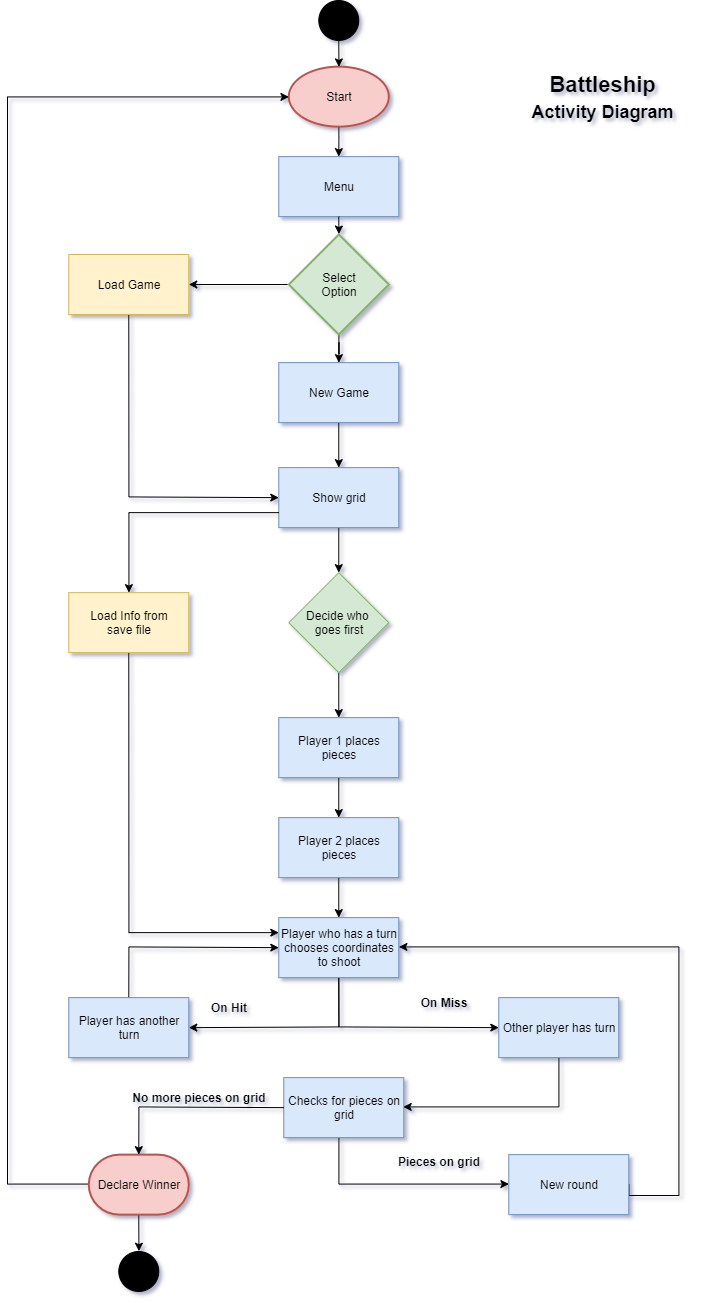
Before: ui/Flowchart/Battleship.png, a diagram exported from draw.io (guilhermemmeirelles/Battleship). Source tidied: cells renumbered, new cells last; positions are measured from the earlier drawing's top-left corner, leaving out a move shared by most shapes.
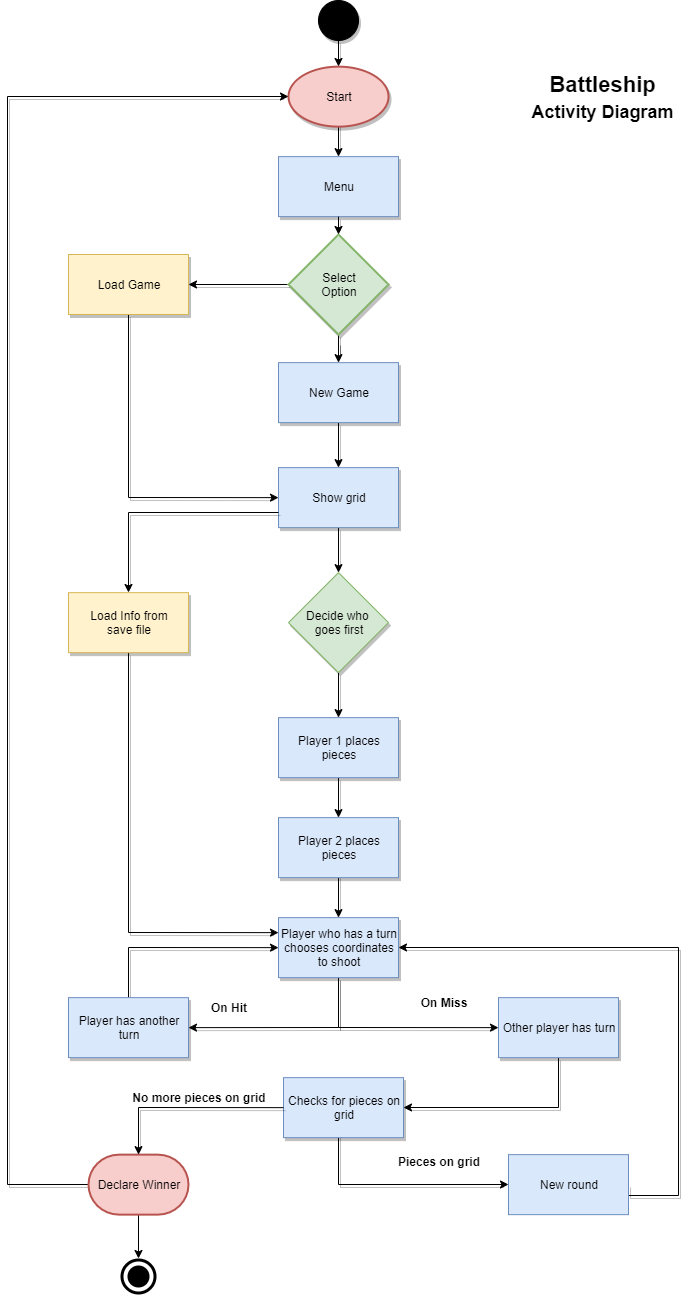
After the commit.

Commit message:
Changed final state in flowchart bc of UML norms

Diff of the diagram source:
```diff
@@ -1,113 +1,116 @@
-<mxGraphModel shadow="1">
+<mxGraphModel>
   <root>
     <mxCell id="0" />
     <mxCell id="1" parent="0" />
+    <mxCell id="45" style="ellipse;shape=doubleEllipse;whiteSpace=wrap;html=1;fillColor=#000000;strokeColor=#FFFFFF;fontColor=#ffffff;perimeterSpacing=0;strokeWidth=4;shadow=0;" parent="1" vertex="1">
+      <mxGeometry x="111.3" y="1256" width="40" height="40" as="geometry" />
+    </mxCell>
-    <mxCell id="2" style="edgeStyle=orthogonalEdgeStyle;rounded=0;jettySize=auto;html=1;exitX=0.5;exitY=1;exitDx=0;exitDy=0;entryX=0.5;entryY=0;entryDx=0;entryDy=0;" parent="1" edge="1" target="3">
+    <mxCell id="2" style="edgeStyle=orthogonalEdgeStyle;rounded=0;jettySize=auto;html=1;exitX=0.5;exitY=1;exitDx=0;exitDy=0;entryX=0.5;entryY=0;entryDx=0;entryDy=0;shadow=1;" parent="1" edge="1" target="3">
       <mxGeometry relative="1" as="geometry">
         <mxPoint x="331.3" y="116.1" as="sourcePoint" />
       </mxGeometry>
     </mxCell>
-    <mxCell id="3" value="Menu" style="rounded=0;whiteSpace=wrap;html=1;fillColor=#dae8fc;strokeColor=#6c8ebf;" parent="1" vertex="1">
+    <mxCell id="3" value="Menu" style="rounded=0;whiteSpace=wrap;html=1;fillColor=#dae8fc;strokeColor=#6c8ebf;shadow=1;" parent="1" vertex="1">
       <mxGeometry x="271.3" y="156.1" width="120" height="60" as="geometry" />
     </mxCell>
-    <mxCell id="4" style="edgeStyle=orthogonalEdgeStyle;rounded=0;jettySize=auto;html=1;exitX=0.5;exitY=1;exitDx=0;exitDy=0;entryX=0;entryY=0.5;entryDx=0;entryDy=0;" parent="1" edge="1" source="5" target="9">
+    <mxCell id="4" style="edgeStyle=orthogonalEdgeStyle;rounded=0;jettySize=auto;html=1;exitX=0.5;exitY=1;exitDx=0;exitDy=0;entryX=0;entryY=0.5;entryDx=0;entryDy=0;shadow=1;" parent="1" edge="1" source="5" target="9">
       <mxGeometry relative="1" as="geometry" />
     </mxCell>
-    <mxCell id="5" value="Load Game" style="rounded=0;whiteSpace=wrap;html=1;fillColor=#fff2cc;strokeColor=#d6b656;" parent="1" vertex="1">
+    <mxCell id="5" value="Load Game" style="rounded=0;whiteSpace=wrap;html=1;fillColor=#fff2cc;strokeColor=#d6b656;shadow=1;" parent="1" vertex="1">
       <mxGeometry x="61.3" y="254" width="120" height="60" as="geometry" />
     </mxCell>
-    <mxCell id="6" style="edgeStyle=orthogonalEdgeStyle;rounded=0;jettySize=auto;html=1;" parent="1" edge="1" source="7" target="9">
+    <mxCell id="6" style="edgeStyle=orthogonalEdgeStyle;rounded=0;jettySize=auto;html=1;shadow=1;" parent="1" edge="1" source="7" target="9">
       <mxGeometry relative="1" as="geometry" />
     </mxCell>
-    <mxCell id="7" value="New Game" style="rounded=0;whiteSpace=wrap;html=1;fillColor=#dae8fc;strokeColor=#6c8ebf;" parent="1" vertex="1">
+    <mxCell id="7" value="New Game" style="rounded=0;whiteSpace=wrap;html=1;fillColor=#dae8fc;strokeColor=#6c8ebf;shadow=1;" parent="1" vertex="1">
       <mxGeometry x="271.3" y="362.1" width="120" height="60" as="geometry" />
     </mxCell>
-    <mxCell id="8" style="edgeStyle=orthogonalEdgeStyle;rounded=0;jettySize=auto;html=1;" parent="1" edge="1" source="9" target="20">
+    <mxCell id="8" style="edgeStyle=orthogonalEdgeStyle;rounded=0;jettySize=auto;html=1;shadow=1;" parent="1" edge="1" source="9" target="20">
       <mxGeometry relative="1" as="geometry" />
     </mxCell>
-    <mxCell id="9" value="Show grid" style="rounded=0;whiteSpace=wrap;html=1;fillColor=#dae8fc;strokeColor=#6c8ebf;" parent="1" vertex="1">
+    <mxCell id="9" value="Show grid" style="rounded=0;whiteSpace=wrap;html=1;fillColor=#dae8fc;strokeColor=#6c8ebf;shadow=1;" parent="1" vertex="1">
       <mxGeometry x="271.3" y="467.1" width="120" height="60" as="geometry" />
     </mxCell>
-    <mxCell id="10" style="edgeStyle=orthogonalEdgeStyle;rounded=0;jettySize=auto;html=1;" parent="1" edge="1" source="11" target="15">
+    <mxCell id="10" style="edgeStyle=orthogonalEdgeStyle;rounded=0;jettySize=auto;html=1;shadow=1;" parent="1" edge="1" source="11" target="15">
       <mxGeometry relative="1" as="geometry" />
     </mxCell>
-    <mxCell id="11" value="Player 1 places pieces" style="rounded=0;whiteSpace=wrap;html=1;fillColor=#dae8fc;strokeColor=#6c8ebf;" parent="1" vertex="1">
+    <mxCell id="11" value="Player 1 places pieces" style="rounded=0;whiteSpace=wrap;html=1;fillColor=#dae8fc;strokeColor=#6c8ebf;shadow=1;" parent="1" vertex="1">
       <mxGeometry x="271.3" y="717.1" width="120" height="60" as="geometry" />
     </mxCell>
-    <mxCell id="12" style="edgeStyle=orthogonalEdgeStyle;rounded=0;jettySize=auto;html=1;" parent="1" edge="1" source="23" target="7">
+    <mxCell id="12" style="edgeStyle=orthogonalEdgeStyle;rounded=0;jettySize=auto;html=1;shadow=1;" parent="1" edge="1" source="23" target="7">
       <mxGeometry relative="1" as="geometry" />
     </mxCell>
-    <mxCell id="13" value="Start" style="strokeWidth=2;html=1;shape=mxgraph.flowchart.start_1;whiteSpace=wrap;fillColor=#f8cecc;strokeColor=#b85450;" parent="1" vertex="1">
+    <mxCell id="13" value="Start" style="strokeWidth=2;html=1;shape=mxgraph.flowchart.start_1;whiteSpace=wrap;fillColor=#f8cecc;strokeColor=#b85450;shadow=1;" parent="1" vertex="1">
       <mxGeometry x="281.3" y="66.1" width="100" height="60" as="geometry" />
     </mxCell>
-    <mxCell id="14" style="edgeStyle=orthogonalEdgeStyle;rounded=0;jettySize=auto;html=1;" parent="1" edge="1" target="18">
+    <mxCell id="14" style="edgeStyle=orthogonalEdgeStyle;rounded=0;jettySize=auto;html=1;shadow=1;" parent="1" edge="1" target="18">
       <mxGeometry relative="1" as="geometry">
         <mxPoint x="331.3" y="837.1" as="sourcePoint" />
       </mxGeometry>
     </mxCell>
-    <mxCell id="15" value="Player 2 places pieces" style="rounded=0;whiteSpace=wrap;html=1;fillColor=#dae8fc;strokeColor=#6c8ebf;" parent="1" vertex="1">
+    <mxCell id="15" value="Player 2 places pieces" style="rounded=0;whiteSpace=wrap;html=1;fillColor=#dae8fc;strokeColor=#6c8ebf;shadow=1;" parent="1" vertex="1">
       <mxGeometry x="271.3" y="817.1" width="120" height="60" as="geometry" />
     </mxCell>
-    <mxCell id="16" style="edgeStyle=orthogonalEdgeStyle;rounded=0;jettySize=auto;html=1;exitX=0.5;exitY=1;exitDx=0;exitDy=0;entryX=1;entryY=0.5;entryDx=0;entryDy=0;" parent="1" edge="1" source="18" target="28">
+    <mxCell id="16" style="edgeStyle=orthogonalEdgeStyle;rounded=0;jettySize=auto;html=1;exitX=0.5;exitY=1;exitDx=0;exitDy=0;entryX=1;entryY=0.5;entryDx=0;entryDy=0;shadow=1;" parent="1" edge="1" source="18" target="28">
       <mxGeometry relative="1" as="geometry" />
     </mxCell>
-    <mxCell id="17" style="edgeStyle=orthogonalEdgeStyle;rounded=0;jettySize=auto;html=1;exitX=0.5;exitY=1;exitDx=0;exitDy=0;entryX=0;entryY=0.5;entryDx=0;entryDy=0;" parent="1" edge="1" source="18" target="30">
+    <mxCell id="17" style="edgeStyle=orthogonalEdgeStyle;rounded=0;jettySize=auto;html=1;exitX=0.5;exitY=1;exitDx=0;exitDy=0;entryX=0;entryY=0.5;entryDx=0;entryDy=0;shadow=1;" parent="1" edge="1" source="18" target="30">
       <mxGeometry relative="1" as="geometry" />
     </mxCell>
-    <mxCell id="18" value="Player who has a turn chooses coordinates to shoot" style="rounded=0;whiteSpace=wrap;html=1;fillColor=#dae8fc;strokeColor=#6c8ebf;" parent="1" vertex="1">
+    <mxCell id="18" value="Player who has a turn chooses coordinates to shoot" style="rounded=0;whiteSpace=wrap;html=1;fillColor=#dae8fc;strokeColor=#6c8ebf;shadow=1;" parent="1" vertex="1">
       <mxGeometry x="271.3" y="917.1" width="120" height="60" as="geometry" />
     </mxCell>
-    <mxCell id="19" style="edgeStyle=orthogonalEdgeStyle;rounded=0;jettySize=auto;html=1;" parent="1" edge="1" source="20" target="11">
+    <mxCell id="19" style="edgeStyle=orthogonalEdgeStyle;rounded=0;jettySize=auto;html=1;shadow=1;" parent="1" edge="1" source="20" target="11">
       <mxGeometry relative="1" as="geometry" />
     </mxCell>
-    <mxCell id="20" value="Decide who &lt;br&gt;goes first" style="rhombus;whiteSpace=wrap;html=1;fillColor=#d5e8d4;strokeColor=#82b366;" parent="1" vertex="1">
+    <mxCell id="20" value="Decide who &lt;br&gt;goes first" style="rhombus;whiteSpace=wrap;html=1;fillColor=#d5e8d4;strokeColor=#82b366;shadow=1;" parent="1" vertex="1">
       <mxGeometry x="281.3" y="572.1" width="100" height="100" as="geometry" />
     </mxCell>
-    <mxCell id="21" style="edgeStyle=orthogonalEdgeStyle;rounded=0;jettySize=auto;html=1;exitX=0;exitY=0.75;exitDx=0;exitDy=0;entryX=0.5;entryY=0;entryDx=0;entryDy=0;" parent="1" edge="1" source="9" target="26">
+    <mxCell id="21" style="edgeStyle=orthogonalEdgeStyle;rounded=0;jettySize=auto;html=1;exitX=0;exitY=0.75;exitDx=0;exitDy=0;entryX=0.5;entryY=0;entryDx=0;entryDy=0;shadow=1;" parent="1" edge="1" source="9" target="26">
       <mxGeometry relative="1" as="geometry">
         <Array as="points">
           <mxPoint x="121.3" y="512.1" />
         </Array>
       </mxGeometry>
     </mxCell>
-    <mxCell id="22" style="edgeStyle=orthogonalEdgeStyle;rounded=0;jettySize=auto;html=1;exitX=0;exitY=0.5;exitDx=0;exitDy=0;exitPerimeter=0;entryX=1;entryY=0.5;entryDx=0;entryDy=0;" parent="1" edge="1" source="23" target="5">
+    <mxCell id="22" style="edgeStyle=orthogonalEdgeStyle;rounded=0;jettySize=auto;html=1;exitX=0;exitY=0.5;exitDx=0;exitDy=0;exitPerimeter=0;entryX=1;entryY=0.5;entryDx=0;entryDy=0;shadow=1;" parent="1" edge="1" source="23" target="5">
       <mxGeometry relative="1" as="geometry" />
     </mxCell>
-    <mxCell id="23" value="Select&lt;br&gt;Option" style="strokeWidth=2;html=1;shape=mxgraph.flowchart.decision;whiteSpace=wrap;fillColor=#d5e8d4;strokeColor=#82b366;" parent="1" vertex="1">
+    <mxCell id="23" value="Select&lt;br&gt;Option" style="strokeWidth=2;html=1;shape=mxgraph.flowchart.decision;whiteSpace=wrap;fillColor=#d5e8d4;strokeColor=#82b366;shadow=1;" parent="1" vertex="1">
       <mxGeometry x="281.3" y="234" width="100" height="100" as="geometry" />
     </mxCell>
-    <mxCell id="24" style="edgeStyle=orthogonalEdgeStyle;rounded=0;jettySize=auto;html=1;exitX=0.5;exitY=1;exitDx=0;exitDy=0;entryX=0.5;entryY=0;entryDx=0;entryDy=0;" parent="1" edge="1" source="3" target="23">
+    <mxCell id="24" style="edgeStyle=orthogonalEdgeStyle;rounded=0;jettySize=auto;html=1;exitX=0.5;exitY=1;exitDx=0;exitDy=0;entryX=0.5;entryY=0;entryDx=0;entryDy=0;shadow=1;" parent="1" edge="1" source="3" target="23">
       <mxGeometry relative="1" as="geometry" />
     </mxCell>
-    <mxCell id="25" style="edgeStyle=orthogonalEdgeStyle;rounded=0;jettySize=auto;html=1;exitX=0.5;exitY=1;exitDx=0;exitDy=0;entryX=0;entryY=0.25;entryDx=0;entryDy=0;" parent="1" edge="1" source="26" target="18">
+    <mxCell id="25" style="edgeStyle=orthogonalEdgeStyle;rounded=0;jettySize=auto;html=1;exitX=0.5;exitY=1;exitDx=0;exitDy=0;entryX=0;entryY=0.25;entryDx=0;entryDy=0;shadow=1;" parent="1" edge="1" source="26" target="18">
       <mxGeometry relative="1" as="geometry" />
     </mxCell>
-    <mxCell id="26" value="Load Info from&lt;br&gt;save file" style="rounded=0;whiteSpace=wrap;html=1;fillColor=#fff2cc;strokeColor=#d6b656;" parent="1" vertex="1">
+    <mxCell id="26" value="Load Info from&lt;br&gt;save file" style="rounded=0;whiteSpace=wrap;html=1;fillColor=#fff2cc;strokeColor=#d6b656;shadow=1;" parent="1" vertex="1">
       <mxGeometry x="61.3" y="592.1" width="120" height="60" as="geometry" />
     </mxCell>
-    <mxCell id="27" style="edgeStyle=orthogonalEdgeStyle;rounded=0;jettySize=auto;html=1;exitX=0.5;exitY=0;exitDx=0;exitDy=0;entryX=0;entryY=0.5;entryDx=0;entryDy=0;" parent="1" edge="1" source="28" target="18">
+    <mxCell id="27" style="edgeStyle=orthogonalEdgeStyle;rounded=0;jettySize=auto;html=1;exitX=0.5;exitY=0;exitDx=0;exitDy=0;entryX=0;entryY=0.5;entryDx=0;entryDy=0;shadow=1;" parent="1" edge="1" source="28" target="18">
       <mxGeometry relative="1" as="geometry" />
     </mxCell>
-    <mxCell id="28" value="Player has another turn" style="rounded=0;whiteSpace=wrap;html=1;fillColor=#dae8fc;strokeColor=#6c8ebf;" parent="1" vertex="1">
+    <mxCell id="28" value="Player has another turn" style="rounded=0;whiteSpace=wrap;html=1;fillColor=#dae8fc;strokeColor=#6c8ebf;shadow=1;" parent="1" vertex="1">
       <mxGeometry x="61.3" y="997.1" width="120" height="60" as="geometry" />
     </mxCell>
-    <mxCell id="29" style="edgeStyle=orthogonalEdgeStyle;rounded=0;jettySize=auto;html=1;exitX=0.5;exitY=1;exitDx=0;exitDy=0;entryX=1;entryY=0.5;entryDx=0;entryDy=0;" parent="1" edge="1" source="30" target="34">
+    <mxCell id="29" style="edgeStyle=orthogonalEdgeStyle;rounded=0;jettySize=auto;html=1;exitX=0.5;exitY=1;exitDx=0;exitDy=0;entryX=1;entryY=0.5;entryDx=0;entryDy=0;shadow=1;" parent="1" edge="1" source="30" target="34">
       <mxGeometry relative="1" as="geometry">
         <Array as="points">
           <mxPoint x="551.3" y="1107.1" />
         </Array>
       </mxGeometry>
     </mxCell>
-    <mxCell id="30" value="Other player has turn" style="rounded=0;whiteSpace=wrap;html=1;fillColor=#dae8fc;strokeColor=#6c8ebf;" parent="1" vertex="1">
+    <mxCell id="30" value="Other player has turn" style="rounded=0;whiteSpace=wrap;html=1;fillColor=#dae8fc;strokeColor=#6c8ebf;shadow=1;" parent="1" vertex="1">
       <mxGeometry x="491.3" y="997.1" width="120" height="60" as="geometry" />
     </mxCell>
-    <mxCell id="31" value="On Hit" style="text;html=1;strokeColor=none;fillColor=none;align=center;verticalAlign=middle;whiteSpace=wrap;rounded=0;fontStyle=1;" parent="1" vertex="1">
+    <mxCell id="31" value="On Hit" style="text;html=1;strokeColor=none;fillColor=none;align=center;verticalAlign=middle;whiteSpace=wrap;rounded=0;fontStyle=1;shadow=1;" parent="1" vertex="1">
       <mxGeometry x="201.3" y="997.1" width="40" height="20" as="geometry" />
     </mxCell>
-    <mxCell id="32" value="On Miss" style="text;html=1;strokeColor=none;fillColor=none;align=center;verticalAlign=middle;whiteSpace=wrap;rounded=0;fontStyle=1;" parent="1" vertex="1">
+    <mxCell id="32" value="On Miss" style="text;html=1;strokeColor=none;fillColor=none;align=center;verticalAlign=middle;whiteSpace=wrap;rounded=0;fontStyle=1;shadow=1;" parent="1" vertex="1">
       <mxGeometry x="401.3" y="987.1" width="70" height="30" as="geometry" />
     </mxCell>
-    <mxCell id="33" style="edgeStyle=orthogonalEdgeStyle;rounded=0;jettySize=auto;html=1;exitX=0.5;exitY=1;exitDx=0;exitDy=0;entryX=0;entryY=0.5;entryDx=0;entryDy=0;" parent="1" edge="1" target="36">
+    <mxCell id="33" style="edgeStyle=orthogonalEdgeStyle;rounded=0;jettySize=auto;html=1;exitX=0.5;exitY=1;exitDx=0;exitDy=0;entryX=0;entryY=0.5;entryDx=0;entryDy=0;shadow=1;" parent="1" edge="1" target="36">
       <mxGeometry relative="1" as="geometry">
         <mxPoint x="346.3" y="1126.1" as="sourcePoint" />
         <Array as="points">
@@ -116,10 +119,10 @@
         </Array>
       </mxGeometry>
     </mxCell>
-    <mxCell id="34" value="Checks for pieces on grid" style="rounded=0;whiteSpace=wrap;html=1;fillColor=#dae8fc;strokeColor=#6c8ebf;" parent="1" vertex="1">
+    <mxCell id="34" value="Checks for pieces on grid" style="rounded=0;whiteSpace=wrap;html=1;fillColor=#dae8fc;strokeColor=#6c8ebf;shadow=1;" parent="1" vertex="1">
       <mxGeometry x="276.3" y="1077.1" width="120" height="60" as="geometry" />
     </mxCell>
-    <mxCell id="35" style="edgeStyle=orthogonalEdgeStyle;rounded=0;jettySize=auto;html=1;exitX=1;exitY=0.5;exitDx=0;exitDy=0;entryX=1;entryY=0.5;entryDx=0;entryDy=0;" parent="1" edge="1" source="36" target="18">
+    <mxCell id="35" style="edgeStyle=orthogonalEdgeStyle;rounded=0;jettySize=auto;html=1;exitX=1;exitY=0.5;exitDx=0;exitDy=0;entryX=1;entryY=0.5;entryDx=0;entryDy=0;shadow=1;" parent="1" edge="1" source="36" target="18">
       <mxGeometry relative="1" as="geometry">
         <Array as="points">
           <mxPoint x="671.3" y="1195.1" />
@@ -130,16 +133,18 @@
     <mxCell id="36" value="New round" style="rounded=0;whiteSpace=wrap;html=1;fillColor=#dae8fc;strokeColor=#6c8ebf;" parent="1" vertex="1">
       <mxGeometry x="501.3" y="1154.1" width="120" height="60" as="geometry" />
     </mxCell>
-    <mxCell id="37" value="No more pieces on grid" style="text;html=1;strokeColor=none;fillColor=none;align=center;verticalAlign=middle;whiteSpace=wrap;rounded=0;fontStyle=1;" parent="1" vertex="1">
+    <mxCell id="37" value="No more pieces on grid" style="text;html=1;strokeColor=none;fillColor=none;align=center;verticalAlign=middle;whiteSpace=wrap;rounded=0;fontStyle=1;shadow=1;" parent="1" vertex="1">
       <mxGeometry x="121.3" y="1087.1" width="140" height="20" as="geometry" />
     </mxCell>
-    <mxCell id="38" value="Pieces on grid" style="text;html=1;strokeColor=none;fillColor=none;align=center;verticalAlign=middle;whiteSpace=wrap;rounded=0;fontStyle=1;" parent="1" vertex="1">
+    <mxCell id="38" value="Pieces on grid" style="text;html=1;strokeColor=none;fillColor=none;align=center;verticalAlign=middle;whiteSpace=wrap;rounded=0;fontStyle=1;shadow=1;" parent="1" vertex="1">
       <mxGeometry x="386.3" y="1146.1" width="90" height="30" as="geometry" />
     </mxCell>
-    <mxCell id="39" style="edgeStyle=orthogonalEdgeStyle;rounded=0;jettySize=auto;html=1;exitX=0.5;exitY=1;exitDx=0;exitDy=0;exitPerimeter=0;entryX=0.5;entryY=0;entryDx=0;entryDy=0;" parent="1" edge="1" source="41" target="45">
-      <mxGeometry relative="1" as="geometry" />
+    <mxCell id="39" style="edgeStyle=orthogonalEdgeStyle;rounded=0;jettySize=auto;html=1;exitX=0.5;exitY=1;exitDx=0;exitDy=0;exitPerimeter=0;" parent="1" edge="1" source="41">
+      <mxGeometry relative="1" as="geometry">
+        <mxPoint x="131.3" y="1258" as="targetPoint" />
+      </mxGeometry>
     </mxCell>
-    <mxCell id="40" style="edgeStyle=orthogonalEdgeStyle;rounded=0;jettySize=auto;html=1;exitX=0;exitY=0.5;exitDx=0;exitDy=0;exitPerimeter=0;entryX=0;entryY=0.5;entryDx=0;entryDy=0;entryPerimeter=0;" parent="1" edge="1" source="41" target="13">
+    <mxCell id="40" style="edgeStyle=orthogonalEdgeStyle;rounded=0;jettySize=auto;html=1;exitX=0;exitY=0.5;exitDx=0;exitDy=0;exitPerimeter=0;entryX=0;entryY=0.5;entryDx=0;entryDy=0;entryPerimeter=0;shadow=1;" parent="1" edge="1" source="41" target="13">
       <mxGeometry relative="1" as="geometry">
         <Array as="points">
           <mxPoint y="1184" />
@@ -147,22 +152,19 @@
         </Array>
       </mxGeometry>
     </mxCell>
-    <mxCell id="41" value="Declare Winner" style="strokeWidth=2;html=1;shape=mxgraph.flowchart.terminator;whiteSpace=wrap;fillColor=#f8cecc;strokeColor=#b85450;" parent="1" vertex="1">
+    <mxCell id="41" value="Declare Winner" style="strokeWidth=2;html=1;shape=mxgraph.flowchart.terminator;whiteSpace=wrap;fillColor=#f8cecc;strokeColor=#b85450;shadow=0;" parent="1" vertex="1">
       <mxGeometry x="81.3" y="1154.1" width="100" height="60" as="geometry" />
     </mxCell>
-    <mxCell id="42" style="edgeStyle=orthogonalEdgeStyle;rounded=0;jettySize=auto;html=1;exitX=0;exitY=0.5;exitDx=0;exitDy=0;entryX=0.5;entryY=0;entryDx=0;entryDy=0;" parent="1" edge="1" source="34" target="41">
+    <mxCell id="42" style="edgeStyle=orthogonalEdgeStyle;rounded=0;jettySize=auto;html=1;exitX=0;exitY=0.5;exitDx=0;exitDy=0;entryX=0.5;entryY=0;entryDx=0;entryDy=0;shadow=1;" parent="1" edge="1" source="34" target="41">
       <mxGeometry relative="1" as="geometry" />
     </mxCell>
-    <mxCell id="43" style="edgeStyle=orthogonalEdgeStyle;rounded=0;jettySize=auto;html=1;exitX=0.5;exitY=1;exitDx=0;exitDy=0;entryX=0.5;entryY=0;entryDx=0;entryDy=0;entryPerimeter=0;" parent="1" edge="1" source="44" target="13">
+    <mxCell id="43" style="edgeStyle=orthogonalEdgeStyle;rounded=0;jettySize=auto;html=1;exitX=0.5;exitY=1;exitDx=0;exitDy=0;entryX=0.5;entryY=0;entryDx=0;entryDy=0;entryPerimeter=0;shadow=1;" parent="1" edge="1" source="44" target="13">
       <mxGeometry relative="1" as="geometry" />
     </mxCell>
-    <mxCell id="44" style="ellipse;shape=doubleEllipse;whiteSpace=wrap;html=1;fillColor=#000000;" parent="1" vertex="1">
+    <mxCell id="44" style="ellipse;shape=doubleEllipse;whiteSpace=wrap;html=1;fillColor=#000000;shadow=1;" parent="1" vertex="1">
       <mxGeometry x="311.3" width="40" height="40" as="geometry" />
     </mxCell>
-    <mxCell id="45" style="ellipse;shape=doubleEllipse;whiteSpace=wrap;html=1;fillColor=#000000;" parent="1" vertex="1">
-      <mxGeometry x="111.3" y="1251" width="40" height="40" as="geometry" />
-    </mxCell>
-    <mxCell id="46" value="&lt;b&gt;Battleship&lt;br&gt;&lt;font style=&quot;font-size: 18px&quot;&gt;Activity Diagram&lt;/font&gt;&lt;br&gt;&lt;/b&gt;" style="text;html=1;fillColor=none;align=center;verticalAlign=middle;whiteSpace=wrap;rounded=0;fontSize=22;shadow=0;" parent="1" vertex="1">
+    <mxCell id="46" value="&lt;b&gt;Battleship&lt;br&gt;&lt;font style=&quot;font-size: 18px&quot;&gt;Activity Diagram&lt;/font&gt;&lt;br&gt;&lt;/b&gt;" style="text;html=1;fillColor=none;align=center;verticalAlign=middle;whiteSpace=wrap;rounded=0;fontSize=22;shadow=1;" parent="1" vertex="1">
       <mxGeometry x="501.3" y="66.1" width="187" height="60.9" as="geometry" />
     </mxCell>
   </root>
```
